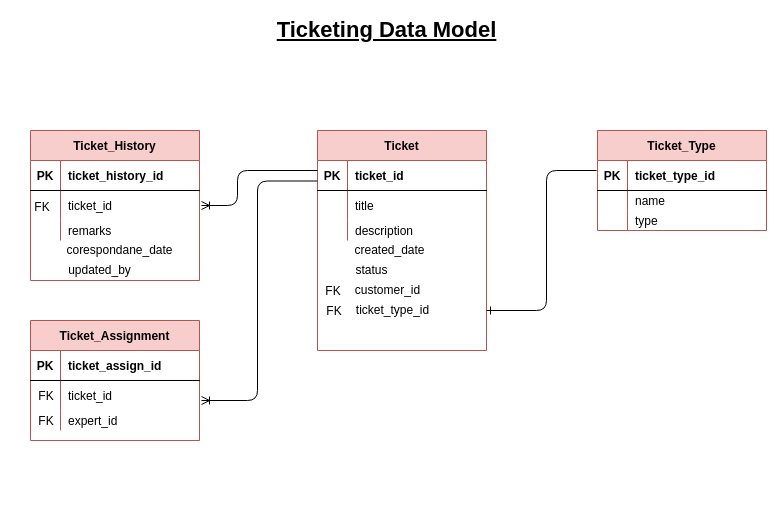
Earlier version of the draw.io diagram page "Ticket-DM" (5 of 6) of SysOps Squad/Sysops Squad.drawio (aliimran-pk/learning-repo). Source tidied: cells renumbered, new cells numbered last; positions are measured from the earlier drawing's top-left corner, leaving out a move shared by most shapes. Both pictures are drawn from the tidied source at 100%, with x=0, y=0 at pixel (17, 20).
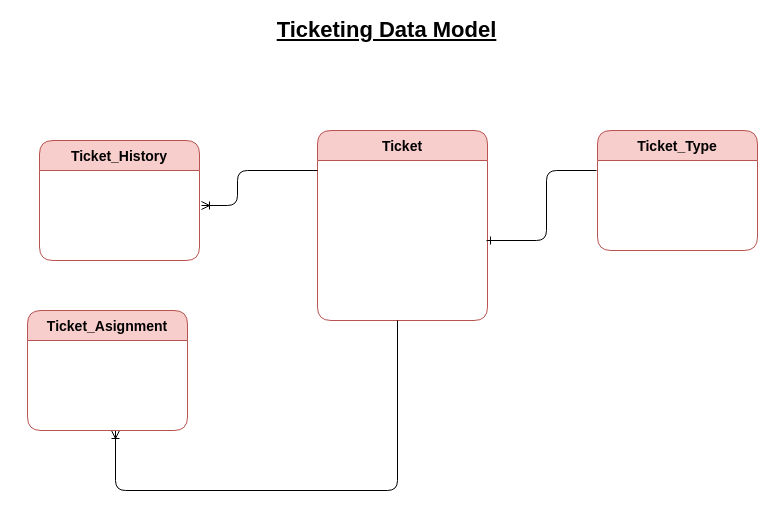
After the change.

The edit, as a diff of the source:
```diff
@@
-    <mxCell id="2" value="Ticket" style="shape=table;startSize=30;childLayout=tableLayout;rowLines=0;fontStyle=1;align=center;fillColor=#f8cecc;strokeColor=#b85450;" parent="1" vertex="1">
-      <mxGeometry x="300" y="110" width="169" height="220" as="geometry" />
+    <mxCell id="2" value="Ticket" style="shape=table;startSize=30;childLayout=tableLayout;rowLines=0;fontStyle=1;align=center;fillColor=#f8cecc;strokeColor=#b85450;rounded=1;fontSize=14;" parent="1" vertex="1">
+      <mxGeometry x="300" y="110" width="170" height="190" as="geometry" />
     </mxCell>
-    <mxCell id="3" style="shape=partialRectangle;fillColor=none;top=0;left=0;bottom=1;right=0;" parent="2" vertex="1">
-      <mxGeometry y="30" width="169" height="30" as="geometry" />
-    </mxCell>
-    <mxCell id="4" value="PK" style="shape=partialRectangle;fillColor=none;top=0;left=0;bottom=0;right=0;fontStyle=1;overflow=hidden;" parent="3" vertex="1">
-      <mxGeometry width="30" height="30" as="geometry" />
-    </mxCell>
-    <mxCell id="5" value="ticket_id" style="shape=partialRectangle;fillColor=none;top=0;left=0;bottom=0;right=0;align=left;spacingLeft=6;fontStyle=1;overflow=hidden;" parent="3" vertex="1">
-      <mxGeometry x="30" width="139" height="30" as="geometry" />
-    </mxCell>
     <mxCell id="6" style="shape=partialRectangle;fillColor=none;top=0;left=0;bottom=0;right=0;" parent="2" vertex="1">
-      <mxGeometry y="60" width="169" height="30" as="geometry" />
+      <mxGeometry y="30" width="170" height="30" as="geometry" />
     </mxCell>
     <mxCell id="7" style="shape=partialRectangle;fillColor=none;top=0;left=0;bottom=0;right=0;overflow=hidden;" parent="6" vertex="1">
-      <mxGeometry width="30" height="30" as="geometry" />
+      <mxGeometry width="170" height="30" as="geometry" />
     </mxCell>
-    <mxCell id="8" value="title" style="shape=partialRectangle;fillColor=none;top=0;left=0;bottom=0;right=0;align=left;spacingLeft=6;overflow=hidden;" parent="6" vertex="1">
-      <mxGeometry x="30" width="139" height="30" as="geometry" />
-    </mxCell>
     <mxCell id="9" style="shape=partialRectangle;fillColor=none;top=0;left=0;bottom=0;right=0;" parent="2" vertex="1">
-      <mxGeometry y="90" width="169" height="20" as="geometry" />
+      <mxGeometry y="60" width="170" height="20" as="geometry" />
     </mxCell>
     <mxCell id="10" style="shape=partialRectangle;fillColor=none;top=0;left=0;bottom=0;right=0;overflow=hidden;" parent="9" vertex="1">
-      <mxGeometry width="30" height="20" as="geometry" />
+      <mxGeometry width="170" height="20" as="geometry" />
     </mxCell>
-    <mxCell id="11" value="description" style="shape=partialRectangle;fillColor=none;top=0;left=0;bottom=0;right=0;align=left;spacingLeft=6;overflow=hidden;" parent="9" vertex="1">
-      <mxGeometry x="30" width="139" height="20" as="geometry" />
-    </mxCell>
@@
-    <mxCell id="13" value="created_date" style="text;html=1;align=center;verticalAlign=middle;" parent="1" vertex="1">
-      <mxGeometry x="327" y="220" width="90" height="20" as="geometry" />
-    </mxCell>
-    <mxCell id="14" value="status" style="text;html=1;align=center;verticalAlign=middle;" parent="1" vertex="1">
-      <mxGeometry x="329" y="240" width="50" height="20" as="geometry" />
-    </mxCell>
-    <mxCell id="15" value="customer_id" style="text;html=1;align=center;verticalAlign=middle;" parent="1" vertex="1">
-      <mxGeometry x="330" y="260" width="80" height="20" as="geometry" />
-    </mxCell>
-    <mxCell id="16" value="FK" style="shape=partialRectangle;fillColor=none;top=0;left=0;bottom=0;right=0;fontStyle=0;overflow=hidden;" parent="1" vertex="1">
-      <mxGeometry x="286" y="260" width="60" height="20" as="geometry" />
-    </mxCell>
-    <mxCell id="17" value="Ticket_Type" style="shape=table;startSize=30;childLayout=tableLayout;rowLines=0;fontStyle=1;align=center;fillColor=#f8cecc;strokeColor=#b85450;" parent="1" vertex="1">
-      <mxGeometry x="580" y="110" width="169" height="100" as="geometry" />
-    </mxCell>
-    <mxCell id="18" style="shape=partialRectangle;fillColor=none;top=0;left=0;bottom=1;right=0;" parent="17" vertex="1">
-      <mxGeometry y="30" width="169" height="30" as="geometry" />
-    </mxCell>
-    <mxCell id="19" value="PK" style="shape=partialRectangle;fillColor=none;top=0;left=0;bottom=0;right=0;fontStyle=1;overflow=hidden;" parent="18" vertex="1">
-      <mxGeometry width="30" height="30" as="geometry" />
-    </mxCell>
-    <mxCell id="20" value="ticket_type_id" style="shape=partialRectangle;fillColor=none;top=0;left=0;bottom=0;right=0;align=left;spacingLeft=6;fontStyle=1;overflow=hidden;" parent="18" vertex="1">
-      <mxGeometry x="30" width="139" height="30" as="geometry" />
-    </mxCell>
-    <mxCell id="21" style="shape=partialRectangle;fillColor=none;top=0;left=0;bottom=0;right=0;" parent="17" vertex="1">
-      <mxGeometry y="60" width="169" height="20" as="geometry" />
-    </mxCell>
-    <mxCell id="22" style="shape=partialRectangle;fillColor=none;top=0;left=0;bottom=0;right=0;overflow=hidden;" parent="21" vertex="1">
-      <mxGeometry width="30" height="20" as="geometry" />
-    </mxCell>
-    <mxCell id="23" value="name" style="shape=partialRectangle;fillColor=none;top=0;left=0;bottom=0;right=0;align=left;spacingLeft=6;overflow=hidden;" parent="21" vertex="1">
-      <mxGeometry x="30" width="139" height="20" as="geometry" />
-    </mxCell>
-    <mxCell id="24" style="shape=partialRectangle;fillColor=none;top=0;left=0;bottom=0;right=0;" parent="17" vertex="1">
-      <mxGeometry y="80" width="169" height="20" as="geometry" />
-    </mxCell>
-    <mxCell id="25" style="shape=partialRectangle;fillColor=none;top=0;left=0;bottom=0;right=0;overflow=hidden;" parent="24" vertex="1">
-      <mxGeometry width="30" height="20" as="geometry" />
-    </mxCell>
-    <mxCell id="26" value="type" style="shape=partialRectangle;fillColor=none;top=0;left=0;bottom=0;right=0;align=left;spacingLeft=6;overflow=hidden;" parent="24" vertex="1">
-      <mxGeometry x="30" width="139" height="20" as="geometry" />
-    </mxCell>
-    <mxCell id="27" value="ticket_type_id" style="text;html=1;align=center;verticalAlign=middle;" parent="1" vertex="1">
-      <mxGeometry x="330" y="280" width="90" height="20" as="geometry" />
-    </mxCell>
-    <mxCell id="28" value="FK" style="shape=partialRectangle;fillColor=none;top=0;left=0;bottom=0;right=0;fontStyle=0;overflow=hidden;" parent="1" vertex="1">
-      <mxGeometry x="287" y="280" width="60" height="20" as="geometry" />
-    </mxCell>
-    <mxCell id="29" value="Ticket_History" style="shape=table;startSize=30;childLayout=tableLayout;rowLines=0;fontStyle=1;align=center;fillColor=#f8cecc;strokeColor=#b85450;" parent="1" vertex="1">
-      <mxGeometry x="13" y="110" width="169" height="150" as="geometry" />
-    </mxCell>
-    <mxCell id="30" style="shape=partialRectangle;fillColor=none;top=0;left=0;bottom=1;right=0;" parent="29" vertex="1">
-      <mxGeometry y="30" width="169" height="30" as="geometry" />
-    </mxCell>
-    <mxCell id="31" value="PK" style="shape=partialRectangle;fillColor=none;top=0;left=0;bottom=0;right=0;fontStyle=1;overflow=hidden;" parent="30" vertex="1">
-      <mxGeometry width="30" height="30" as="geometry" />
-    </mxCell>
-    <mxCell id="32" value="ticket_history_id" style="shape=partialRectangle;fillColor=none;top=0;left=0;bottom=0;right=0;align=left;spacingLeft=6;fontStyle=1;overflow=hidden;" parent="30" vertex="1">
-      <mxGeometry x="30" width="139" height="30" as="geometry" />
-    </mxCell>
-    <mxCell id="33" style="shape=partialRectangle;fillColor=none;top=0;left=0;bottom=0;right=0;" parent="29" vertex="1">
-      <mxGeometry y="60" width="169" height="30" as="geometry" />
-    </mxCell>
-    <mxCell id="34" style="shape=partialRectangle;fillColor=none;top=0;left=0;bottom=0;right=0;overflow=hidden;" parent="33" vertex="1">
-      <mxGeometry width="30" height="30" as="geometry" />
-    </mxCell>
-    <mxCell id="35" value="ticket_id" style="shape=partialRectangle;fillColor=none;top=0;left=0;bottom=0;right=0;align=left;spacingLeft=6;overflow=hidden;" parent="33" vertex="1">
-      <mxGeometry x="30" width="139" height="30" as="geometry" />
-    </mxCell>
-    <mxCell id="36" style="shape=partialRectangle;fillColor=none;top=0;left=0;bottom=0;right=0;" parent="29" vertex="1">
-      <mxGeometry y="90" width="169" height="20" as="geometry" />
-    </mxCell>
-    <mxCell id="37" style="shape=partialRectangle;fillColor=none;top=0;left=0;bottom=0;right=0;overflow=hidden;" parent="36" vertex="1">
-      <mxGeometry width="30" height="20" as="geometry" />
-    </mxCell>
-    <mxCell id="38" value="remarks" style="shape=partialRectangle;fillColor=none;top=0;left=0;bottom=0;right=0;align=left;spacingLeft=6;overflow=hidden;" parent="36" vertex="1">
-      <mxGeometry x="30" width="139" height="20" as="geometry" />
-    </mxCell>
-    <mxCell id="39" value="corespondane_date" style="text;html=1;align=center;verticalAlign=middle;" parent="1" vertex="1">
-      <mxGeometry x="42" y="220" width="120" height="20" as="geometry" />
-    </mxCell>
-    <mxCell id="40" value="FK" style="shape=partialRectangle;fillColor=none;top=0;left=0;bottom=0;right=0;fontStyle=0;overflow=hidden;" parent="1" vertex="1">
-      <mxGeometry y="176" width="50" height="20" as="geometry" />
-    </mxCell>
-    <mxCell id="41" value="updated_by" style="text;html=1;align=center;verticalAlign=middle;" parent="1" vertex="1">
-      <mxGeometry x="42" y="240" width="80" height="20" as="geometry" />
-    </mxCell>
@@
     <mxCell id="43" style="edgeStyle=orthogonalEdgeStyle;fontSize=12;html=1;endArrow=ERone;endFill=1;" parent="1" edge="1">
       <mxGeometry relative="1" as="geometry">
         <mxPoint x="579" y="150" as="sourcePoint" />
-        <mxPoint x="469" y="290" as="targetPoint" />
+        <mxPoint x="469" y="220" as="targetPoint" />
         <Array as="points">
-          <mxPoint x="579" y="150" />
           <mxPoint x="529" y="150" />
-          <mxPoint x="529" y="290" />
+          <mxPoint x="529" y="220" />
+          <mxPoint x="469" y="220" />
         </Array>
       </mxGeometry>
     </mxCell>
-    <mxCell id="44" value="Ticket_Assignment" style="shape=table;startSize=30;childLayout=tableLayout;rowLines=0;fontStyle=1;align=center;fillColor=#f8cecc;strokeColor=#b85450;" parent="1" vertex="1">
-      <mxGeometry x="13" y="300" width="169" height="120" as="geometry" />
-    </mxCell>
-    <mxCell id="45" style="shape=partialRectangle;fillColor=none;top=0;left=0;bottom=1;right=0;" parent="44" vertex="1">
-      <mxGeometry y="30" width="169" height="30" as="geometry" />
-    </mxCell>
-    <mxCell id="46" value="PK" style="shape=partialRectangle;fillColor=none;top=0;left=0;bottom=0;right=0;fontStyle=1;overflow=hidden;" parent="45" vertex="1">
-      <mxGeometry width="30" height="30" as="geometry" />
-    </mxCell>
-    <mxCell id="47" value="ticket_assign_id" style="shape=partialRectangle;fillColor=none;top=0;left=0;bottom=0;right=0;align=left;spacingLeft=6;fontStyle=1;overflow=hidden;" parent="45" vertex="1">
-      <mxGeometry x="30" width="139" height="30" as="geometry" />
-    </mxCell>
-    <mxCell id="48" style="shape=partialRectangle;fillColor=none;top=0;left=0;bottom=0;right=0;" parent="44" vertex="1">
-      <mxGeometry y="60" width="169" height="30" as="geometry" />
-    </mxCell>
-    <mxCell id="49" style="shape=partialRectangle;fillColor=none;top=0;left=0;bottom=0;right=0;overflow=hidden;" parent="48" vertex="1">
-      <mxGeometry width="30" height="30" as="geometry" />
-    </mxCell>
-    <mxCell id="50" value="ticket_id" style="shape=partialRectangle;fillColor=none;top=0;left=0;bottom=0;right=0;align=left;spacingLeft=6;overflow=hidden;" parent="48" vertex="1">
-      <mxGeometry x="30" width="139" height="30" as="geometry" />
-    </mxCell>
-    <mxCell id="51" style="shape=partialRectangle;fillColor=none;top=0;left=0;bottom=0;right=0;" parent="44" vertex="1">
-      <mxGeometry y="90" width="169" height="20" as="geometry" />
-    </mxCell>
-    <mxCell id="52" style="shape=partialRectangle;fillColor=none;top=0;left=0;bottom=0;right=0;overflow=hidden;" parent="51" vertex="1">
-      <mxGeometry width="30" height="20" as="geometry" />
-    </mxCell>
-    <mxCell id="53" value="expert_id" style="shape=partialRectangle;fillColor=none;top=0;left=0;bottom=0;right=0;align=left;spacingLeft=6;overflow=hidden;" parent="51" vertex="1">
-      <mxGeometry x="30" width="139" height="20" as="geometry" />
-    </mxCell>
     <mxCell id="54" style="edgeStyle=orthogonalEdgeStyle;fontSize=12;html=1;endArrow=ERoneToMany;" parent="1" edge="1">
       <mxGeometry relative="1" as="geometry">
-        <mxPoint x="300" y="160.5" as="sourcePoint" />
-        <mxPoint x="184" y="380" as="targetPoint" />
+        <mxPoint x="380" y="300" as="sourcePoint" />
+        <mxPoint x="98" y="410" as="targetPoint" />
         <Array as="points">
-          <mxPoint x="240" y="161" />
-          <mxPoint x="240" y="380" />
+          <mxPoint x="380" y="470" />
+          <mxPoint x="98" y="470" />
         </Array>
       </mxGeometry>
     </mxCell>
-    <mxCell id="55" value="FK" style="shape=partialRectangle;fillColor=none;top=0;left=0;bottom=0;right=0;fontStyle=0;overflow=hidden;" parent="1" vertex="1">
-      <mxGeometry x="4" y="365" width="50" height="20" as="geometry" />
-    </mxCell>
-    <mxCell id="56" value="FK" style="shape=partialRectangle;fillColor=none;top=0;left=0;bottom=0;right=0;fontStyle=0;overflow=hidden;" parent="1" vertex="1">
-      <mxGeometry x="4" y="390" width="50" height="20" as="geometry" />
-    </mxCell>
+    <mxCell id="29" value="Ticket_History" style="swimlane;horizontal=1;startSize=30;rounded=1;fontSize=14;fontStyle=1;strokeWidth=1;shadow=0;dashed=0;align=center;sketch=0;fillColor=#f8cecc;strokeColor=#b85450;" parent="1" vertex="1">
+      <mxGeometry x="22" y="120" width="160" height="120" as="geometry" />
+    </mxCell>
+    <mxCell id="17" value="Ticket_Type" style="swimlane;horizontal=1;startSize=30;rounded=1;fontSize=14;fontStyle=1;strokeWidth=1;shadow=0;dashed=0;align=center;sketch=0;fillColor=#f8cecc;strokeColor=#B85450;" parent="1" vertex="1">
+      <mxGeometry x="580" y="110" width="160" height="120" as="geometry" />
+    </mxCell>
+    <mxCell id="57" value="Ticket_Asignment" style="swimlane;horizontal=1;startSize=30;rounded=1;fontSize=14;fontStyle=1;strokeWidth=1;shadow=0;dashed=0;align=center;sketch=0;fillColor=#f8cecc;strokeColor=#b85450;" parent="1" vertex="1">
+      <mxGeometry x="10" y="290" width="160" height="120" as="geometry" />
+    </mxCell>
```
